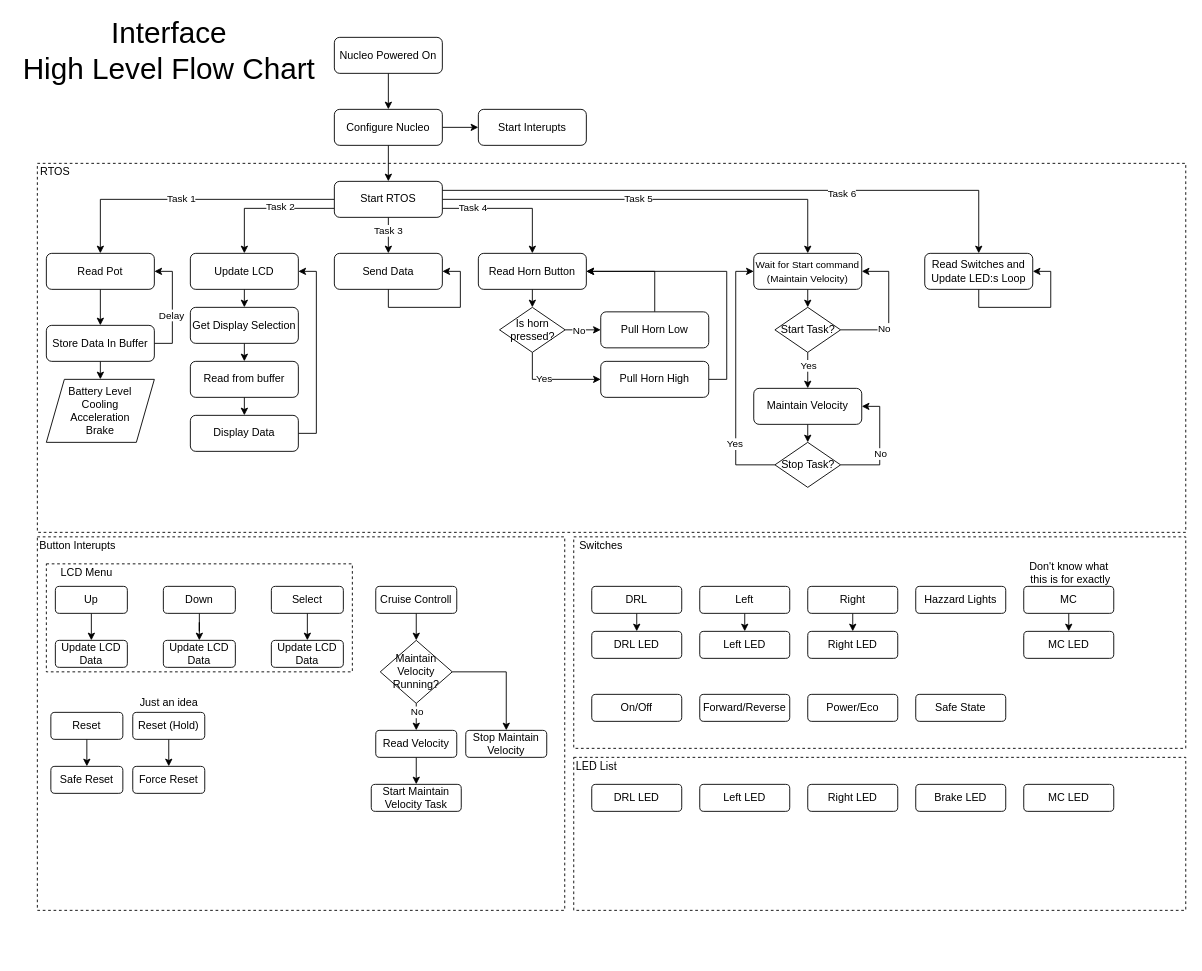
Above: page "Interface - High Level" (1 of 3) of Block diagrams/TestBenchFlowChart.drawio in Mojitas/MUST-Autonics (draw.io), before the change. Source tidied: cells renumbered, new cells numbered last; positions are measured from the earlier drawing's top-left corner, leaving out a move shared by most shapes. Both pictures are drawn from the tidied source at 90%, with x=0, y=0 at pixel (15, 28).
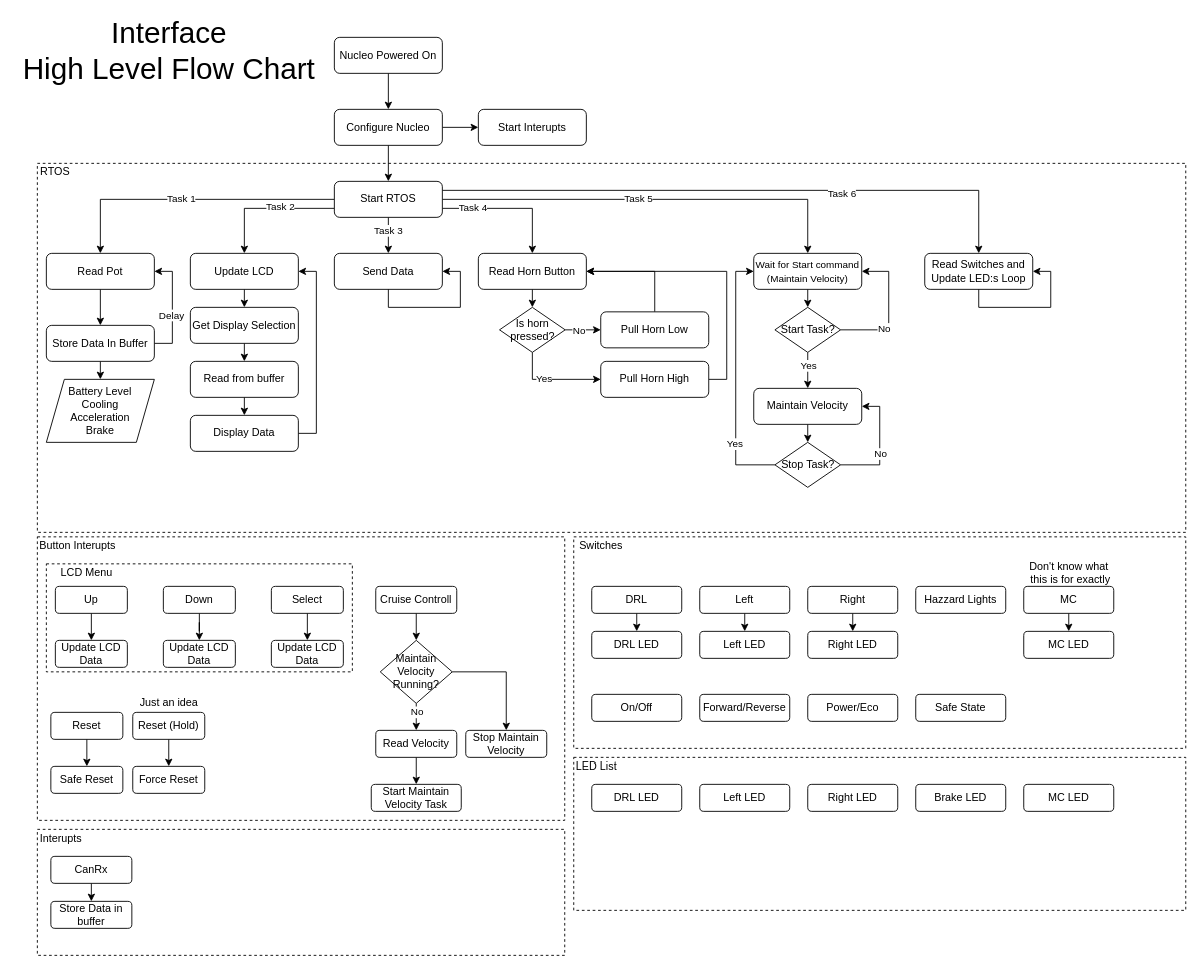
Above is the later version.

The edit, as a diff of the source:
```diff
@@
     <mxCell id="37" style="rounded=0;whiteSpace=wrap;html=1;fillColor=none;dashed=1;" parent="1" vertex="1">
-      <mxGeometry x="24" y="565" width="586" height="415" as="geometry" />
+      <mxGeometry x="24" y="565" width="586" height="315" as="geometry" />
     </mxCell>
@@
+    <mxCell id="125" style="rounded=0;whiteSpace=wrap;html=1;fillColor=none;dashed=1;" parent="1" vertex="1">
+      <mxGeometry x="24" y="890" width="586" height="140" as="geometry" />
+    </mxCell>
+    <mxCell id="126" value="Interupts" style="text;html=1;align=center;verticalAlign=middle;" parent="1" vertex="1">
+      <mxGeometry x="20" y="890" width="60" height="20" as="geometry" />
+    </mxCell>
+    <mxCell id="127" style="edgeStyle=orthogonalEdgeStyle;rounded=0;jettySize=auto;html=1;exitX=0.5;exitY=1;exitDx=0;exitDy=0;entryX=0.5;entryY=0;entryDx=0;entryDy=0;" parent="1" edge="1" source="128" target="129">
+      <mxGeometry relative="1" as="geometry" />
+    </mxCell>
+    <mxCell id="128" value="CanRx" style="rounded=1;whiteSpace=wrap;html=1;fontSize=12;glass=0;strokeWidth=1;shadow=0;" parent="1" vertex="1">
+      <mxGeometry x="39" y="920" width="90" height="30" as="geometry" />
+    </mxCell>
+    <mxCell id="129" value="Store Data in buffer" style="rounded=1;whiteSpace=wrap;html=1;fontSize=12;glass=0;strokeWidth=1;shadow=0;" parent="1" vertex="1">
+      <mxGeometry x="39" y="970" width="90" height="30" as="geometry" />
+    </mxCell>
```
